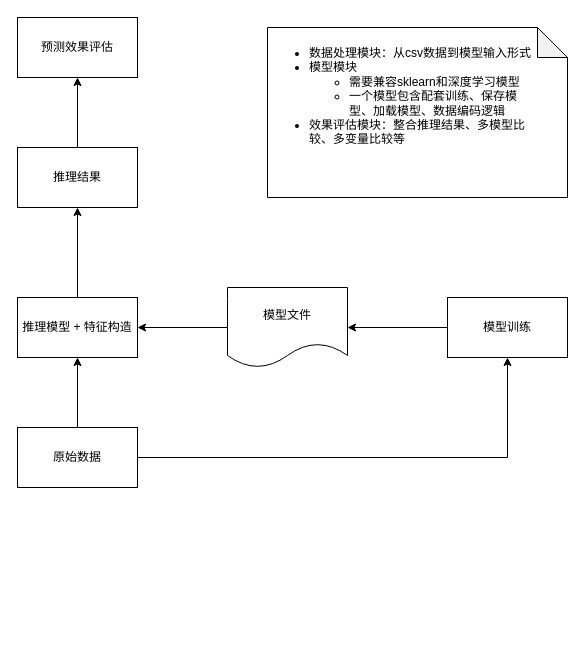
Above: docs/架构设计/整体架构.drawio in Deruck/mate_recommender_system (draw.io), before the change. Source tidied: cells renumbered, new cells numbered last; positions are measured from the earlier drawing's top-left corner, leaving out a move shared by most shapes. Both pictures are drawn from the tidied source at 100%, with x=0, y=0 at pixel (17, 17).
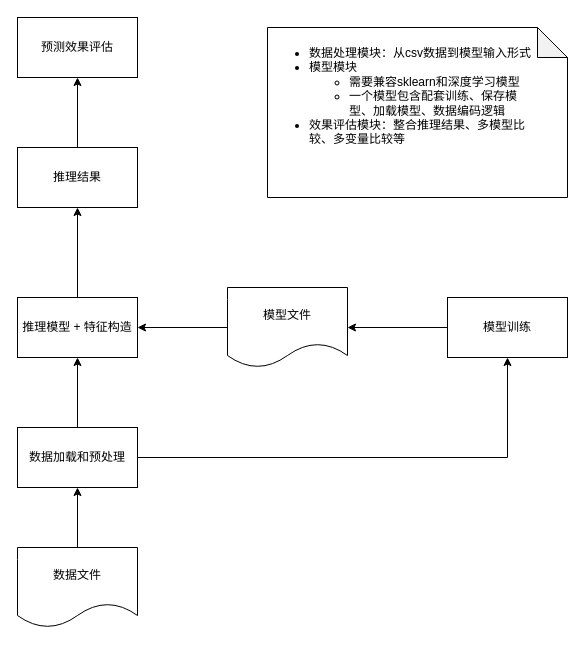
Above is the later version.

Commit message:
update: 修改整体架构

Diff of the diagram source:
```diff
@@
 <mxGraphModel>
   <root>
     <mxCell id="0" />
     <mxCell id="1" parent="0" />
     <mxCell id="2" style="edgeStyle=none;html=1;exitX=0.5;exitY=0;exitDx=0;exitDy=0;" parent="1" edge="1" source="3">
       <mxGeometry relative="1" as="geometry">
         <mxPoint x="60" y="190" as="targetPoint" />
       </mxGeometry>
     </mxCell>
     <mxCell id="3" value="推理模型 + 特征构造" style="rounded=0;whiteSpace=wrap;html=1;" parent="1" vertex="1">
       <mxGeometry y="280" width="120" height="60" as="geometry" />
     </mxCell>
     <mxCell id="4" style="edgeStyle=none;html=1;exitX=0.5;exitY=0;exitDx=0;exitDy=0;entryX=0.5;entryY=1;entryDx=0;entryDy=0;" parent="1" edge="1" source="6" target="3">
       <mxGeometry relative="1" as="geometry" />
     </mxCell>
     <mxCell id="5" style="edgeStyle=orthogonalEdgeStyle;html=1;entryX=0.5;entryY=1;entryDx=0;entryDy=0;rounded=0;" parent="1" edge="1" source="6" target="11">
       <mxGeometry relative="1" as="geometry" />
     </mxCell>
-    <mxCell id="6" value="原始数据" style="rounded=0;whiteSpace=wrap;html=1;" parent="1" vertex="1">
+    <mxCell id="6" value="数据加载和预处理" style="rounded=0;whiteSpace=wrap;html=1;" parent="1" vertex="1">
       <mxGeometry y="410" width="120" height="60" as="geometry" />
     </mxCell>
     <mxCell id="7" style="edgeStyle=none;html=1;exitX=0.5;exitY=0;exitDx=0;exitDy=0;" parent="1" edge="1" source="8">
       <mxGeometry relative="1" as="geometry">
         <mxPoint x="60" y="60" as="targetPoint" />
       </mxGeometry>
     </mxCell>
     <mxCell id="8" value="推理结果" style="rounded=0;whiteSpace=wrap;html=1;" parent="1" vertex="1">
       <mxGeometry y="130" width="120" height="60" as="geometry" />
     </mxCell>
     <mxCell id="9" value="预测效果评估" style="rounded=0;whiteSpace=wrap;html=1;" parent="1" vertex="1">
       <mxGeometry width="120" height="60" as="geometry" />
     </mxCell>
     <mxCell id="10" style="edgeStyle=none;html=1;exitX=0;exitY=0.5;exitDx=0;exitDy=0;entryX=1;entryY=0.5;entryDx=0;entryDy=0;" parent="1" edge="1" source="11" target="13">
       <mxGeometry relative="1" as="geometry" />
     </mxCell>
     <mxCell id="11" value="模型训练" style="rounded=0;whiteSpace=wrap;html=1;" parent="1" vertex="1">
       <mxGeometry x="430" y="280" width="120" height="60" as="geometry" />
     </mxCell>
     <mxCell id="12" style="edgeStyle=none;html=1;exitX=0;exitY=0.5;exitDx=0;exitDy=0;entryX=1;entryY=0.5;entryDx=0;entryDy=0;" parent="1" edge="1" source="13" target="3">
       <mxGeometry relative="1" as="geometry" />
     </mxCell>
     <mxCell id="13" value="模型文件" style="shape=document;whiteSpace=wrap;html=1;boundedLbl=1;" parent="1" vertex="1">
       <mxGeometry x="210" y="270" width="120" height="80" as="geometry" />
     </mxCell>
     <mxCell id="14" value="&lt;ul&gt;&lt;li&gt;数据处理模块：从csv数据到模型输入形式&lt;/li&gt;&lt;li&gt;模型模块&lt;/li&gt;&lt;ul&gt;&lt;li&gt;&lt;span&gt;需要兼容sklearn和深度学习模型&lt;/span&gt;&lt;/li&gt;&lt;li&gt;&lt;span&gt;一个模型包含配套训练、保存模型、加载模型、数据编码逻辑&lt;/span&gt;&lt;/li&gt;&lt;/ul&gt;&lt;li&gt;效果评估模块：整合推理结果、多模型比较、多变量比较等&lt;/li&gt;&lt;/ul&gt;" style="shape=note;whiteSpace=wrap;html=1;backgroundOutline=1;darkOpacity=0.05;align=left;verticalAlign=top;horizontal=1;spacingRight=35;" parent="1" vertex="1">
       <mxGeometry x="250" y="10" width="300" height="170" as="geometry" />
     </mxCell>
+    <mxCell id="15" style="edgeStyle=none;html=1;entryX=0.5;entryY=1;entryDx=0;entryDy=0;" parent="1" edge="1" source="16" target="6">
+      <mxGeometry relative="1" as="geometry" />
+    </mxCell>
+    <mxCell id="16" value="数据文件" style="shape=document;whiteSpace=wrap;html=1;boundedLbl=1;" parent="1" vertex="1">
+      <mxGeometry y="530" width="120" height="80" as="geometry" />
+    </mxCell>
   </root>
 </mxGraphModel>
```
